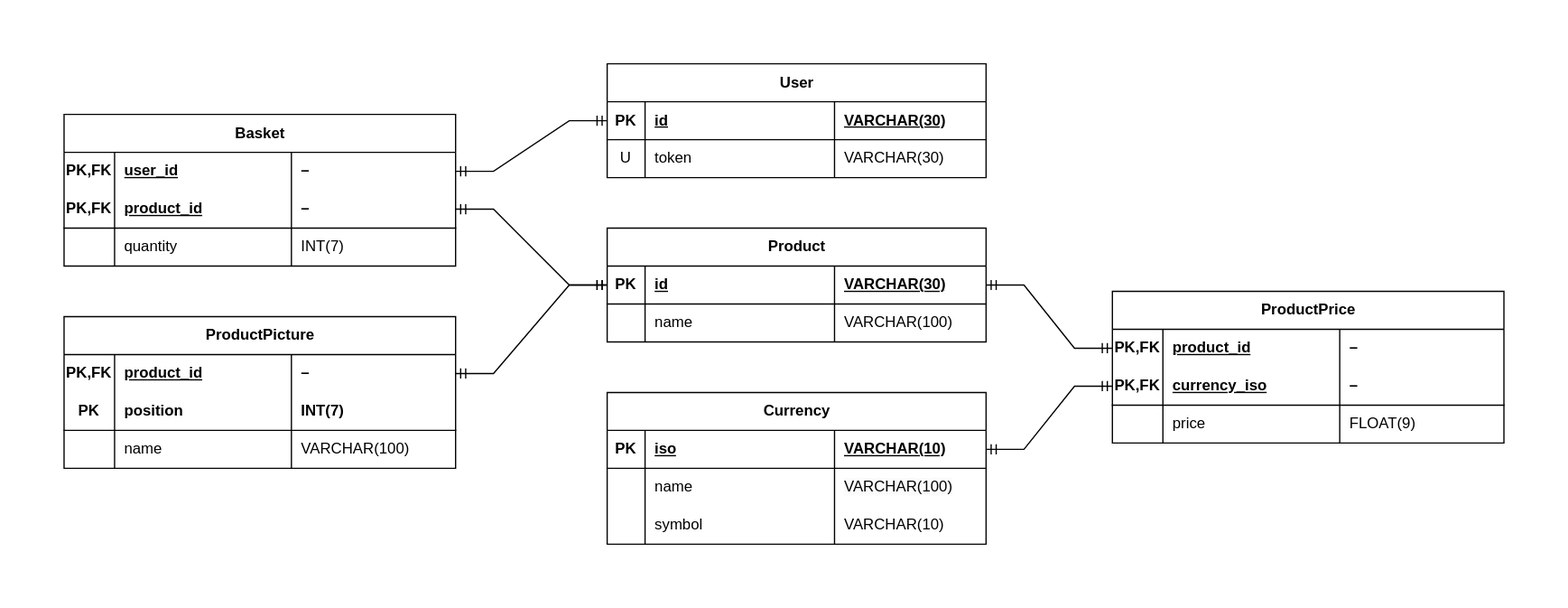
Above: docs/resources/erd-database.drawio.svg in israel-meiresonne/e-shop-1-backend (draw.io), before the change. Source tidied: cells renumbered, new cells last; positions are measured from the earlier drawing's top-left corner, leaving out a move shared by most shapes.
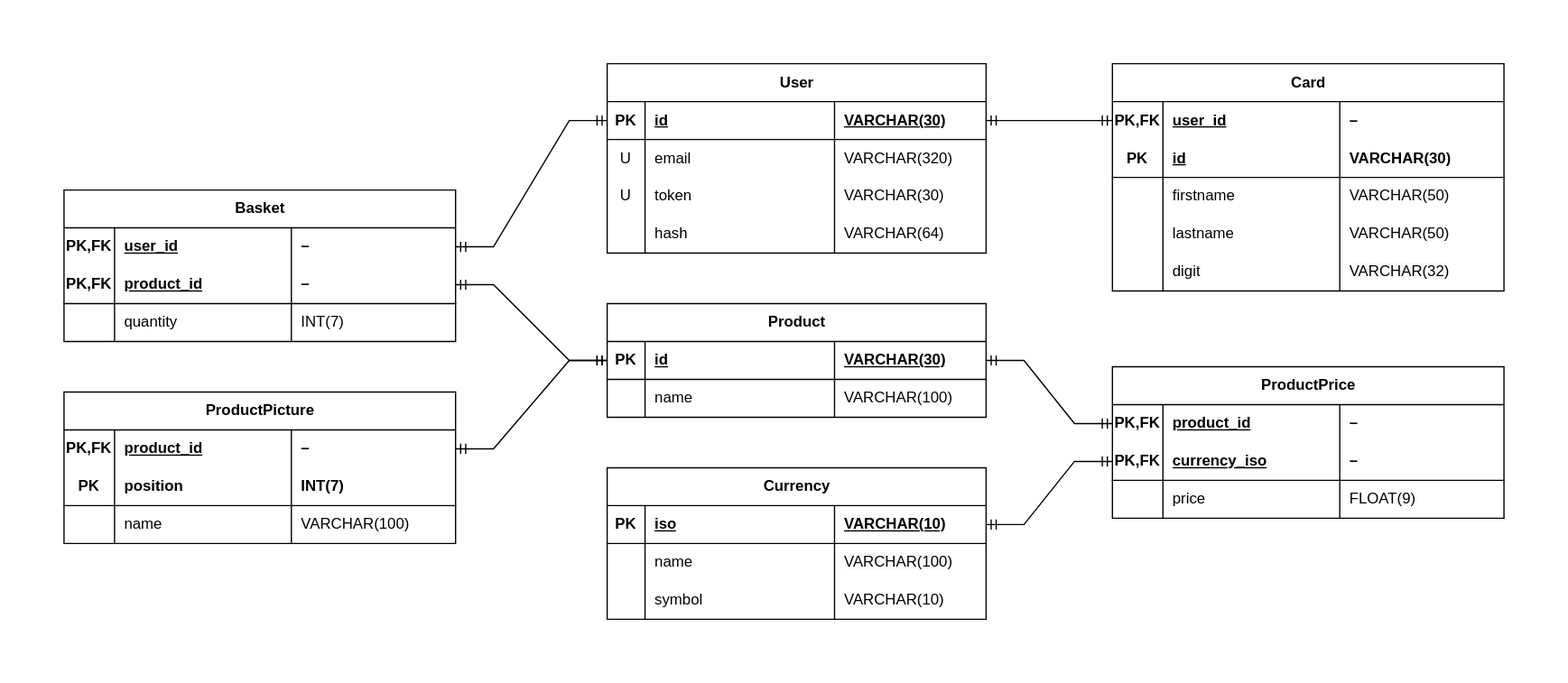
The same diagram one commit later.

Commit message:
doc: in ERD, add `User.[email, hash]` and `Card`

The edit, as a diff of the source:
```diff
@@ -3,7 +3,7 @@
     <mxCell id="0" />
     <mxCell id="1" parent="0" />
     <mxCell id="2" value="User" style="shape=table;startSize=30;rowLines=0;fontStyle=1;align=center;html=1;" parent="1" vertex="1">
-      <mxGeometry x="430" width="300" height="90" as="geometry" />
+      <mxGeometry x="430" y="-60" width="300" height="150" as="geometry" />
     </mxCell>
     <mxCell id="3" style="shape=tableRow;horizontal=0;startSize=0;swimlaneHead=0;swimlaneBody=0;fillColor=none;points=[[0,0.5],[1,0.5]];portConstraint=eastwest;top=0;left=0;right=0;bottom=1;" parent="2" vertex="1">
       <mxGeometry y="30" width="300" height="30" as="geometry" />
@@ -17,8 +17,20 @@
     <mxCell id="6" value="VARCHAR(30)" style="shape=partialRectangle;fillColor=none;top=0;left=0;bottom=0;right=0;align=left;spacingLeft=6;fontStyle=5;overflow=hidden;whiteSpace=wrap;html=1;" parent="3" vertex="1">
       <mxGeometry x="180" width="120" height="30" as="geometry" />
     </mxCell>
+    <mxCell id="77" style="shape=tableRow;horizontal=0;startSize=0;swimlaneHead=0;swimlaneBody=0;fillColor=none;top=0;left=0;right=0;bottom=0;" parent="2" vertex="1">
+      <mxGeometry y="60" width="300" height="30" as="geometry" />
+    </mxCell>
+    <mxCell id="78" value="U" style="shape=partialRectangle;fillColor=none;top=0;left=0;bottom=0;right=0;overflow=hidden;whiteSpace=wrap;html=1;" parent="77" vertex="1">
+      <mxGeometry width="30" height="30" as="geometry" />
+    </mxCell>
+    <mxCell id="79" value="email" style="shape=partialRectangle;fillColor=none;top=0;left=0;bottom=0;right=0;align=left;spacingLeft=6;overflow=hidden;whiteSpace=wrap;html=1;" parent="77" vertex="1">
+      <mxGeometry x="30" width="150" height="30" as="geometry" />
+    </mxCell>
+    <mxCell id="80" value="VARCHAR(320)" style="shape=partialRectangle;fillColor=none;top=0;left=0;bottom=0;right=0;align=left;spacingLeft=6;overflow=hidden;whiteSpace=wrap;html=1;fontStyle=0;" parent="77" vertex="1">
+      <mxGeometry x="180" width="120" height="30" as="geometry" />
+    </mxCell>
     <mxCell id="7" style="shape=tableRow;horizontal=0;startSize=0;swimlaneHead=0;swimlaneBody=0;fillColor=none;top=0;left=0;right=0;bottom=0;" parent="2" vertex="1">
-      <mxGeometry y="60" width="300" height="30" as="geometry" />
+      <mxGeometry y="90" width="300" height="30" as="geometry" />
     </mxCell>
     <mxCell id="8" value="U" style="shape=partialRectangle;fillColor=none;top=0;left=0;bottom=0;right=0;overflow=hidden;whiteSpace=wrap;html=1;" parent="7" vertex="1">
       <mxGeometry width="30" height="30" as="geometry" />
@@ -29,6 +41,18 @@
     <mxCell id="10" value="VARCHAR(30)" style="shape=partialRectangle;fillColor=none;top=0;left=0;bottom=0;right=0;align=left;spacingLeft=6;overflow=hidden;whiteSpace=wrap;html=1;" parent="7" vertex="1">
       <mxGeometry x="180" width="120" height="30" as="geometry" />
     </mxCell>
+    <mxCell id="81" style="shape=tableRow;horizontal=0;startSize=0;swimlaneHead=0;swimlaneBody=0;fillColor=none;top=0;left=0;right=0;bottom=0;" parent="2" vertex="1">
+      <mxGeometry y="120" width="300" height="30" as="geometry" />
+    </mxCell>
+    <mxCell id="82" style="shape=partialRectangle;fillColor=none;top=0;left=0;bottom=0;right=0;overflow=hidden;whiteSpace=wrap;html=1;" parent="81" vertex="1">
+      <mxGeometry width="30" height="30" as="geometry" />
+    </mxCell>
+    <mxCell id="83" value="hash" style="shape=partialRectangle;fillColor=none;top=0;left=0;bottom=0;right=0;align=left;spacingLeft=6;overflow=hidden;whiteSpace=wrap;html=1;" parent="81" vertex="1">
+      <mxGeometry x="30" width="150" height="30" as="geometry" />
+    </mxCell>
+    <mxCell id="84" value="VARCHAR(64)" style="shape=partialRectangle;fillColor=none;top=0;left=0;bottom=0;right=0;align=left;spacingLeft=6;overflow=hidden;whiteSpace=wrap;html=1;" parent="81" vertex="1">
+      <mxGeometry x="180" width="120" height="30" as="geometry" />
+    </mxCell>
     <mxCell id="11" value="Product" style="shape=table;startSize=30;rowLines=0;fontStyle=1;align=center;html=1;" parent="1" vertex="1">
       <mxGeometry x="430" y="130" width="300" height="90" as="geometry" />
     </mxCell>
@@ -227,5 +251,71 @@
     <mxCell id="76" style="edgeStyle=entityRelationEdgeStyle;fontSize=12;html=1;endArrow=ERmandOne;startArrow=ERmandOne;rounded=0;" parent="1" edge="1" source="64" target="12">
       <mxGeometry relative="1" as="geometry" />
     </mxCell>
+    <mxCell id="85" value="Card" style="shape=table;startSize=30;rowLines=0;fontStyle=1;align=center;html=1;" parent="1" vertex="1">
+      <mxGeometry x="830" y="-60" width="310" height="180" as="geometry" />
+    </mxCell>
+    <mxCell id="86" style="shape=tableRow;horizontal=0;startSize=0;swimlaneHead=0;swimlaneBody=0;fillColor=none;points=[[0,0.5],[1,0.5]];portConstraint=eastwest;top=0;left=0;right=0;bottom=0;strokeColor=default;swimlaneLine=1;" parent="85" vertex="1">
+      <mxGeometry y="30" width="310" height="30" as="geometry" />
+    </mxCell>
+    <mxCell id="87" value="PK,FK" style="shape=partialRectangle;fillColor=none;top=0;left=0;bottom=0;right=0;fontStyle=1;overflow=hidden;whiteSpace=wrap;html=1;" parent="86" vertex="1">
+      <mxGeometry width="40" height="30" as="geometry" />
+    </mxCell>
+    <mxCell id="88" value="user_id" style="shape=partialRectangle;fillColor=none;top=0;left=0;bottom=0;right=0;align=left;spacingLeft=6;fontStyle=5;overflow=hidden;whiteSpace=wrap;html=1;" parent="86" vertex="1">
+      <mxGeometry x="40" width="140" height="30" as="geometry" />
+    </mxCell>
+    <mxCell id="89" value="–" style="shape=partialRectangle;fillColor=none;top=0;left=0;bottom=0;right=0;align=left;spacingLeft=6;fontStyle=1;overflow=hidden;whiteSpace=wrap;html=1;" parent="86" vertex="1">
+      <mxGeometry x="180" width="130" height="30" as="geometry" />
+    </mxCell>
+    <mxCell id="90" style="shape=tableRow;horizontal=0;startSize=0;swimlaneHead=0;swimlaneBody=0;fillColor=none;top=0;left=0;right=0;bottom=1;" parent="85" vertex="1">
+      <mxGeometry y="60" width="310" height="30" as="geometry" />
+    </mxCell>
+    <mxCell id="91" value="&lt;b&gt;PK&lt;/b&gt;" style="shape=partialRectangle;fillColor=none;top=0;left=0;bottom=0;right=0;overflow=hidden;whiteSpace=wrap;html=1;" parent="90" vertex="1">
+      <mxGeometry width="40" height="30" as="geometry" />
+    </mxCell>
+    <mxCell id="92" value="&lt;b&gt;id&lt;/b&gt;" style="shape=partialRectangle;fillColor=none;top=0;left=0;bottom=0;right=0;align=left;spacingLeft=6;overflow=hidden;whiteSpace=wrap;html=1;fontStyle=4;" parent="90" vertex="1">
+      <mxGeometry x="40" width="140" height="30" as="geometry" />
+    </mxCell>
+    <mxCell id="93" value="&lt;b&gt;VARCHAR(30)&lt;/b&gt;" style="shape=partialRectangle;fillColor=none;top=0;left=0;bottom=0;right=0;align=left;spacingLeft=6;overflow=hidden;whiteSpace=wrap;html=1;" parent="90" vertex="1">
+      <mxGeometry x="180" width="130" height="30" as="geometry" />
+    </mxCell>
+    <mxCell id="94" style="shape=tableRow;horizontal=0;startSize=0;swimlaneHead=0;swimlaneBody=0;fillColor=none;top=0;left=0;right=0;bottom=0;" parent="85" vertex="1">
+      <mxGeometry y="90" width="310" height="30" as="geometry" />
+    </mxCell>
+    <mxCell id="95" style="shape=partialRectangle;fillColor=none;top=0;left=0;bottom=0;right=0;overflow=hidden;whiteSpace=wrap;html=1;" parent="94" vertex="1">
+      <mxGeometry width="40" height="30" as="geometry" />
+    </mxCell>
+    <mxCell id="96" value="firstname" style="shape=partialRectangle;fillColor=none;top=0;left=0;bottom=0;right=0;align=left;spacingLeft=6;overflow=hidden;whiteSpace=wrap;html=1;" parent="94" vertex="1">
+      <mxGeometry x="40" width="140" height="30" as="geometry" />
+    </mxCell>
+    <mxCell id="97" value="&lt;span style=&quot;border-color: var(--border-color);&quot;&gt;VARCHAR&lt;/span&gt;(50)" style="shape=partialRectangle;fillColor=none;top=0;left=0;bottom=0;right=0;align=left;spacingLeft=6;overflow=hidden;whiteSpace=wrap;html=1;fontStyle=0;" parent="94" vertex="1">
+      <mxGeometry x="180" width="130" height="30" as="geometry" />
+    </mxCell>
+    <mxCell id="98" style="shape=tableRow;horizontal=0;startSize=0;swimlaneHead=0;swimlaneBody=0;fillColor=none;top=0;left=0;right=0;bottom=0;" parent="85" vertex="1">
+      <mxGeometry y="120" width="310" height="30" as="geometry" />
+    </mxCell>
+    <mxCell id="99" style="shape=partialRectangle;fillColor=none;top=0;left=0;bottom=0;right=0;overflow=hidden;whiteSpace=wrap;html=1;" parent="98" vertex="1">
+      <mxGeometry width="40" height="30" as="geometry" />
+    </mxCell>
+    <mxCell id="100" value="lastname" style="shape=partialRectangle;fillColor=none;top=0;left=0;bottom=0;right=0;align=left;spacingLeft=6;overflow=hidden;whiteSpace=wrap;html=1;" parent="98" vertex="1">
+      <mxGeometry x="40" width="140" height="30" as="geometry" />
+    </mxCell>
+    <mxCell id="101" value="VARCHAR(50)" style="shape=partialRectangle;fillColor=none;top=0;left=0;bottom=0;right=0;align=left;spacingLeft=6;overflow=hidden;whiteSpace=wrap;html=1;fontStyle=0;" parent="98" vertex="1">
+      <mxGeometry x="180" width="130" height="30" as="geometry" />
+    </mxCell>
+    <mxCell id="102" style="shape=tableRow;horizontal=0;startSize=0;swimlaneHead=0;swimlaneBody=0;fillColor=none;top=0;left=0;right=0;bottom=0;" parent="85" vertex="1">
+      <mxGeometry y="150" width="310" height="30" as="geometry" />
+    </mxCell>
+    <mxCell id="103" style="shape=partialRectangle;fillColor=none;top=0;left=0;bottom=0;right=0;overflow=hidden;whiteSpace=wrap;html=1;" parent="102" vertex="1">
+      <mxGeometry width="40" height="30" as="geometry" />
+    </mxCell>
+    <mxCell id="104" value="digit" style="shape=partialRectangle;fillColor=none;top=0;left=0;bottom=0;right=0;align=left;spacingLeft=6;overflow=hidden;whiteSpace=wrap;html=1;" parent="102" vertex="1">
+      <mxGeometry x="40" width="140" height="30" as="geometry" />
+    </mxCell>
+    <mxCell id="105" value="&lt;span style=&quot;color: rgb(0, 0, 0); font-family: Helvetica; font-size: 12px; font-style: normal; font-variant-ligatures: normal; font-variant-caps: normal; font-weight: 400; letter-spacing: normal; orphans: 2; text-align: left; text-indent: 0px; text-transform: none; widows: 2; word-spacing: 0px; -webkit-text-stroke-width: 0px; background-color: rgb(251, 251, 251); text-decoration-thickness: initial; text-decoration-style: initial; text-decoration-color: initial; float: none; display: inline !important;&quot;&gt;VARCHAR(32)&lt;/span&gt;" style="shape=partialRectangle;fillColor=none;top=0;left=0;bottom=0;right=0;align=left;spacingLeft=6;overflow=hidden;whiteSpace=wrap;html=1;fontStyle=0;" parent="102" vertex="1">
+      <mxGeometry x="180" width="130" height="30" as="geometry" />
+    </mxCell>
+    <mxCell id="106" style="edgeStyle=entityRelationEdgeStyle;fontSize=12;html=1;endArrow=ERmandOne;startArrow=ERmandOne;rounded=0;" parent="1" edge="1" source="86" target="3">
+      <mxGeometry relative="1" as="geometry" />
+    </mxCell>
   </root>
 </mxGraphModel>
```
